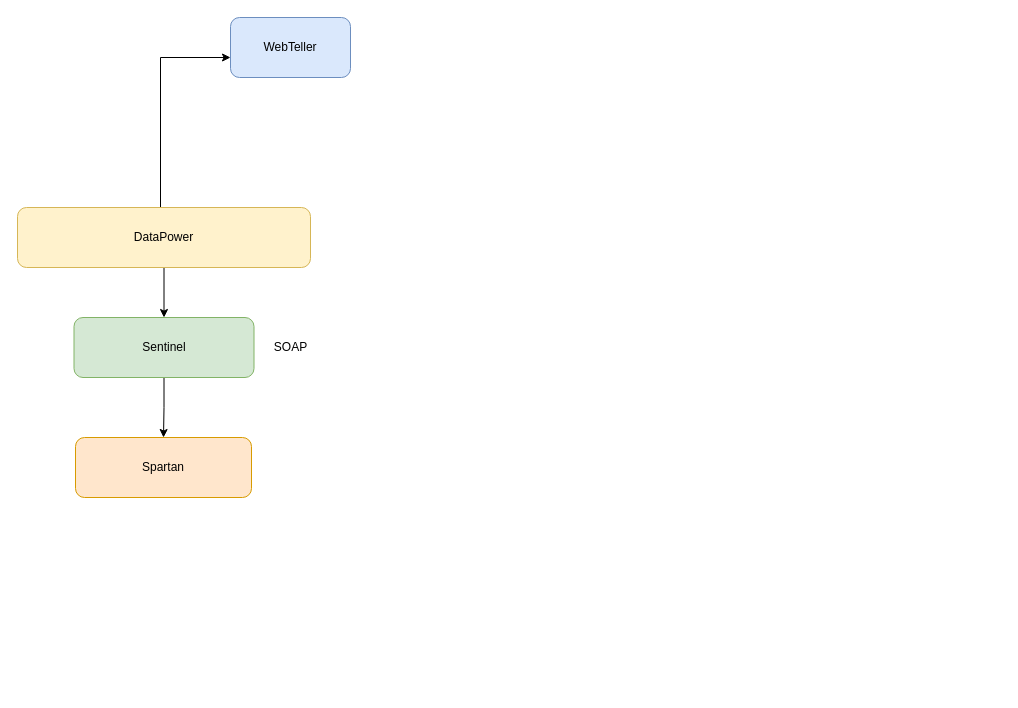
The draw.io diagram page "Página-9" (9 of 10) of Diagrama sin título.drawio in MarcoPuenayan/diagramas, before the edit. Source tidied: cells renumbered, new cells numbered last; positions are measured from the earlier drawing's top-left corner, leaving out a move shared by most shapes. Both pictures are drawn from the tidied source at 100%, with x=0, y=0 at pixel (17, 17).
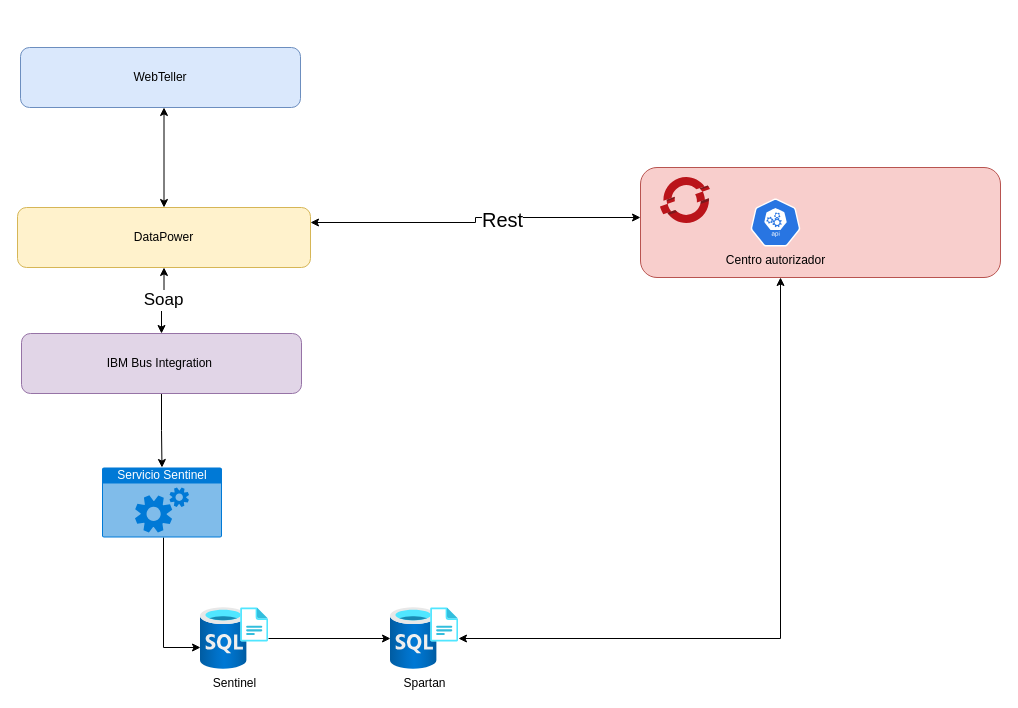
Above is the later version.

Unchanged cells that the change refers to:
```xml
<mxCell id="4" value="DataPower" style="rounded=1;whiteSpace=wrap;html=1;fillColor=#fff2cc;strokeColor=#d6b656;" parent="1" vertex="1">
  <mxGeometry y="190" width="293" height="60" as="geometry" />
</mxCell>
```

What changed in the source:
```diff
@@
-    <mxCell id="2" style="edgeStyle=orthogonalEdgeStyle;rounded=0;jettySize=auto;html=1;" parent="1" edge="1" source="4" target="7">
+    <mxCell id="2" style="edgeStyle=orthogonalEdgeStyle;rounded=0;jettySize=auto;html=1;startArrow=classic;startFill=1;" parent="1" edge="1" source="4" target="7">
       <mxGeometry relative="1" as="geometry">
         <Array as="points">
           <mxPoint x="143" y="40" />
         </Array>
       </mxGeometry>
     </mxCell>
-    <mxCell id="3" style="edgeStyle=orthogonalEdgeStyle;rounded=0;jettySize=auto;html=1;entryX=0.5;entryY=0;entryDx=0;entryDy=0;" parent="1" edge="1" source="4" target="6">
-      <mxGeometry relative="1" as="geometry" />
-    </mxCell>
+    <mxCell id="10" value="Soap" style="edgeStyle=orthogonalEdgeStyle;rounded=0;jettySize=auto;html=1;entryX=0.5;entryY=0;entryDx=0;entryDy=0;startArrow=classic;startFill=1;fontSize=17;" parent="1" edge="1" source="4" target="12">
+      <mxGeometry relative="1" as="geometry" />
+    </mxCell>
@@
+    <mxCell id="7" value="WebTeller" style="rounded=1;whiteSpace=wrap;html=1;fillColor=#dae8fc;strokeColor=#6c8ebf;" parent="1" vertex="1">
+      <mxGeometry x="3" y="30" width="280" height="60" as="geometry" />
+    </mxCell>
+    <mxCell id="11" style="edgeStyle=orthogonalEdgeStyle;rounded=0;jettySize=auto;html=1;entryX=0.5;entryY=0;entryDx=0;entryDy=0;entryPerimeter=0;" parent="1" edge="1" source="12" target="20">
+      <mxGeometry relative="1" as="geometry" />
+    </mxCell>
+    <mxCell id="12" value="IBM Bus Integration&amp;nbsp;" style="rounded=1;whiteSpace=wrap;html=1;fillColor=#e1d5e7;strokeColor=#9673a6;" parent="1" vertex="1">
+      <mxGeometry x="4" y="316" width="280" height="60" as="geometry" />
+    </mxCell>
+    <mxCell id="13" style="edgeStyle=orthogonalEdgeStyle;rounded=0;jettySize=auto;html=1;entryX=1;entryY=0.25;entryDx=0;entryDy=0;startArrow=classic;startFill=1;fontSize=15;" parent="1" edge="1" source="16" target="4">
+      <mxGeometry relative="1" as="geometry">
+        <Array as="points">
+          <mxPoint x="458" y="200" />
+          <mxPoint x="458" y="205" />
+        </Array>
+      </mxGeometry>
+    </mxCell>
+    <mxCell id="14" value="Rest" style="edgeLabel;html=1;align=center;verticalAlign=middle;fontSize=20;" parent="13" vertex="1">
+      <mxGeometry x="-0.17" y="1" relative="1" as="geometry" />
+    </mxCell>
+    <mxCell id="15" style="edgeStyle=orthogonalEdgeStyle;rounded=0;jettySize=auto;html=1;startArrow=classic;startFill=1;" parent="1" edge="1" source="16" target="8">
+      <mxGeometry relative="1" as="geometry">
+        <Array as="points">
+          <mxPoint x="763" y="621" />
+        </Array>
+      </mxGeometry>
+    </mxCell>
+    <mxCell id="16" style="rounded=1;whiteSpace=wrap;html=1;fillColor=#f8cecc;strokeColor=#b85450;" parent="1" vertex="1">
+      <mxGeometry x="623" y="150" width="360" height="110" as="geometry" />
+    </mxCell>
+    <mxCell id="17" style="image;sketch=0;html=1;align=center;fontSize=12;image=img/lib/mscae/OpenShift.svg;" parent="1" vertex="1">
+      <mxGeometry x="643" y="160" width="50" height="46" as="geometry" />
+    </mxCell>
+    <mxCell id="18" value="Centro autorizador" style="sketch=0;html=1;dashed=0;whitespace=wrap;fillColor=#2875E2;strokeColor=#ffffff;verticalLabelPosition=bottom;align=center;verticalAlign=top;shape=mxgraph.kubernetes.icon;prIcon=api;" parent="1" vertex="1">
+      <mxGeometry x="733" y="181" width="50" height="48" as="geometry" />
+    </mxCell>
@@
-    <mxCell id="6" value="Sentinel" style="rounded=1;whiteSpace=wrap;html=1;fillColor=#d5e8d4;strokeColor=#82b366;" parent="1" vertex="1">
-      <mxGeometry x="56.5" y="300" width="180" height="60" as="geometry" />
+    <mxCell id="6" value="Sentinel" style="image;html=1;points=[];align=center;fontSize=12;image=img/lib/azure2/databases/SQL_Server_Registries.svg;" parent="1" vertex="1">
+      <mxGeometry x="183" y="590" width="68" height="62" as="geometry" />
     </mxCell>
-    <mxCell id="7" value="WebTeller" style="rounded=1;whiteSpace=wrap;html=1;fillColor=#dae8fc;strokeColor=#6c8ebf;" parent="1" vertex="1">
-      <mxGeometry x="213" width="120" height="60" as="geometry" />
-    </mxCell>
-    <mxCell id="8" value="Spartan" style="rounded=1;whiteSpace=wrap;html=1;fillColor=#ffe6cc;strokeColor=#d79b00;" parent="1" vertex="1">
-      <mxGeometry x="58" y="420" width="176" height="60" as="geometry" />
+    <mxCell id="8" value="Spartan&lt;br&gt;" style="image;html=1;points=[];align=center;fontSize=12;image=img/lib/azure2/databases/SQL_Server_Registries.svg;" parent="1" vertex="1">
+      <mxGeometry x="373" y="590" width="68" height="62" as="geometry" />
     </mxCell>
-    <mxCell id="9" value="SOAP" style="text;html=1;align=center;verticalAlign=middle;strokeColor=none;fillColor=none;" parent="1" vertex="1">
-      <mxGeometry x="243" y="315" width="60" height="30" as="geometry" />
-    </mxCell>
+    <mxCell id="19" style="edgeStyle=orthogonalEdgeStyle;rounded=0;jettySize=auto;html=1;" parent="1" edge="1" source="20" target="6">
+      <mxGeometry relative="1" as="geometry">
+        <Array as="points">
+          <mxPoint x="146" y="630" />
+        </Array>
+      </mxGeometry>
+    </mxCell>
+    <mxCell id="20" value="Servicio Sentinel" style="html=1;whiteSpace=wrap;strokeColor=none;fillColor=#0079D6;labelPosition=center;verticalLabelPosition=middle;verticalAlign=top;align=center;fontSize=12;outlineConnect=0;spacingTop=-6;fontColor=#FFFFFF;sketch=0;shape=mxgraph.sitemap.services;" parent="1" vertex="1">
+      <mxGeometry x="84.5" y="450" width="120" height="70" as="geometry" />
+    </mxCell>
```
